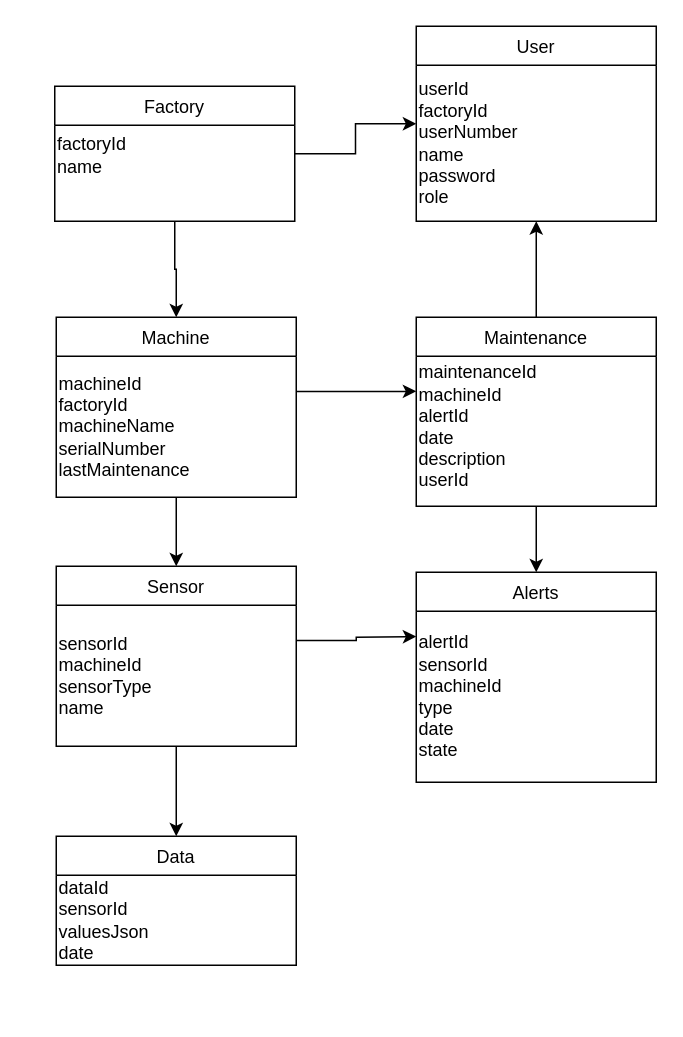
Above: bd_sidm.drawio in Fiteira/ipv-SIDM-project (draw.io), before the change. Source tidied: cells renumbered, new cells numbered last; positions are measured from the earlier drawing's top-left corner, leaving out a move shared by most shapes. Both pictures are drawn from the tidied source at 150%, with x=0, y=0 at pixel (54, 26).
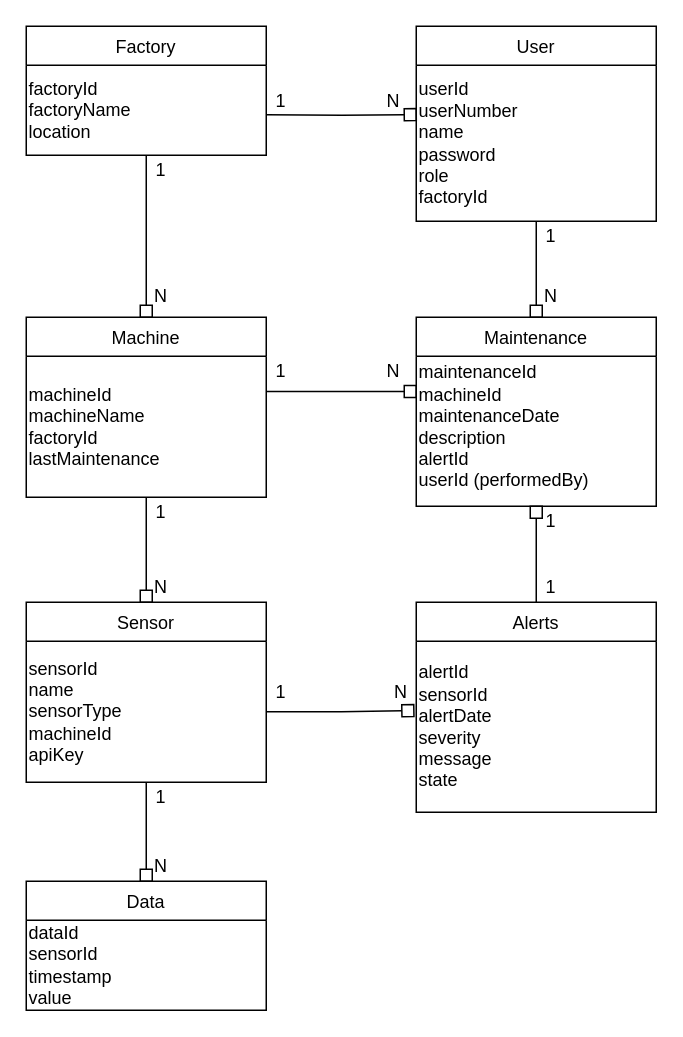
Above is the later version.

The change refers to these unchanged cells:
```xml
<mxCell id="14" value="User" style="swimlane;fontStyle=0;align=center;verticalAlign=top;horizontal=1;startSize=26;rounded=0;shadow=0;strokeWidth=1;" parent="1" vertex="1">
  <mxGeometry x="241" width="160" height="130" as="geometry" />
</mxCell>
<mxCell id="22" value="Maintenance" style="swimlane;fontStyle=0;align=center;verticalAlign=top;horizontal=1;startSize=26;rounded=0;shadow=0;strokeWidth=1;" parent="1" vertex="1">
  <mxGeometry x="241" y="194" width="160" height="126" as="geometry" />
</mxCell>
```

Change to the diagram source:
```diff
@@
-    <mxCell id="2" style="edgeStyle=orthogonalEdgeStyle;rounded=0;jettySize=auto;html=1;exitX=0.5;exitY=1;exitDx=0;exitDy=0;" parent="1" edge="1" source="4" target="7">
+    <mxCell id="2" style="edgeStyle=orthogonalEdgeStyle;rounded=0;jettySize=auto;html=1;exitX=0.5;exitY=1;exitDx=0;exitDy=0;endArrow=box;endFill=0;" parent="1" edge="1" source="4" target="7">
       <mxGeometry relative="1" as="geometry" />
     </mxCell>
-    <mxCell id="3" style="edgeStyle=orthogonalEdgeStyle;rounded=0;jettySize=auto;html=1;exitX=1;exitY=0.5;exitDx=0;exitDy=0;entryX=0;entryY=0.5;entryDx=0;entryDy=0;" parent="1" edge="1" source="4" target="14">
-      <mxGeometry relative="1" as="geometry" />
-    </mxCell>
     <mxCell id="4" value="Factory" style="swimlane;fontStyle=0;align=center;verticalAlign=top;horizontal=1;startSize=26;rounded=0;shadow=0;strokeWidth=1;" parent="1" vertex="1">
-      <mxGeometry y="40" width="160" height="90" as="geometry" />
+      <mxGeometry x="-19" width="160" height="86" as="geometry" />
     </mxCell>
-    <mxCell id="5" value="&lt;div align=&quot;left&quot;&gt;factoryId&lt;/div&gt;&lt;div&gt;name&lt;/div&gt;" style="text;html=1;align=left;verticalAlign=middle;strokeColor=none;fillColor=none;" parent="4" vertex="1">
-      <mxGeometry y="26" width="160" height="40" as="geometry" />
+    <mxCell id="5" value="&lt;div align=&quot;left&quot;&gt;factoryId&lt;/div&gt;&lt;div&gt;factoryName&lt;/div&gt;&lt;div&gt;location&lt;br&gt;&lt;/div&gt;" style="text;html=1;align=left;verticalAlign=middle;strokeColor=none;fillColor=none;" parent="4" vertex="1">
+      <mxGeometry y="26" width="160" height="60" as="geometry" />
     </mxCell>
-    <mxCell id="6" style="edgeStyle=orthogonalEdgeStyle;rounded=0;jettySize=auto;html=1;exitX=0.5;exitY=1;exitDx=0;exitDy=0;entryX=0.5;entryY=0;entryDx=0;entryDy=0;" parent="1" edge="1" source="7" target="11">
-      <mxGeometry relative="1" as="geometry" />
-    </mxCell>
     <mxCell id="7" value="Machine" style="swimlane;fontStyle=0;align=center;verticalAlign=top;horizontal=1;startSize=26;rounded=0;shadow=0;strokeWidth=1;" parent="1" vertex="1">
-      <mxGeometry x="1" y="194" width="160" height="120" as="geometry" />
+      <mxGeometry x="-19" y="194" width="160" height="120" as="geometry" />
     </mxCell>
-    <mxCell id="8" style="edgeStyle=orthogonalEdgeStyle;rounded=0;jettySize=auto;html=1;exitX=1;exitY=0.25;exitDx=0;exitDy=0;" parent="7" edge="1" source="9">
-      <mxGeometry relative="1" as="geometry">
-        <mxPoint x="240" y="49.4" as="targetPoint" />
-      </mxGeometry>
-    </mxCell>
-    <mxCell id="9" value="machineId&lt;div&gt;factoryId&lt;br&gt;machineName&lt;br&gt;serialNumber&lt;br&gt;lastMaintenance&lt;/div&gt;" style="text;html=1;align=left;verticalAlign=middle;whiteSpace=wrap;rounded=0;" parent="7" vertex="1">
+    <mxCell id="9" value="&lt;div&gt;machineId&lt;/div&gt;&lt;div&gt;machineName&lt;/div&gt;&lt;div&gt;factoryId&lt;br&gt;lastMaintenance&lt;/div&gt;" style="text;html=1;align=left;verticalAlign=middle;whiteSpace=wrap;rounded=0;" parent="7" vertex="1">
       <mxGeometry y="26" width="160" height="94" as="geometry" />
     </mxCell>
-    <mxCell id="10" style="edgeStyle=orthogonalEdgeStyle;rounded=0;jettySize=auto;html=1;exitX=0.5;exitY=1;exitDx=0;exitDy=0;entryX=0.5;entryY=0;entryDx=0;entryDy=0;" parent="1" edge="1" source="11" target="16">
+    <mxCell id="10" style="edgeStyle=orthogonalEdgeStyle;rounded=0;jettySize=auto;html=1;exitX=0.5;exitY=1;exitDx=0;exitDy=0;entryX=0.5;entryY=0;entryDx=0;entryDy=0;endArrow=box;endFill=0;" parent="1" edge="1" source="11" target="16">
       <mxGeometry relative="1" as="geometry" />
     </mxCell>
+    <mxCell id="24" style="edgeStyle=orthogonalEdgeStyle;rounded=0;jettySize=auto;html=1;exitX=0.5;exitY=0;exitDx=0;exitDy=0;entryX=0.5;entryY=1;entryDx=0;entryDy=0;endArrow=none;endFill=0;startArrow=box;startFill=0;" parent="1" edge="1" source="11" target="7">
+      <mxGeometry relative="1" as="geometry" />
+    </mxCell>
     <mxCell id="11" value="Sensor" style="swimlane;fontStyle=0;align=center;verticalAlign=top;horizontal=1;startSize=26;rounded=0;shadow=0;strokeWidth=1;" parent="1" vertex="1">
-      <mxGeometry x="1" y="360" width="160" height="120" as="geometry" />
+      <mxGeometry x="-19" y="384" width="160" height="120" as="geometry" />
     </mxCell>
-    <mxCell id="12" style="edgeStyle=orthogonalEdgeStyle;rounded=0;jettySize=auto;html=1;exitX=1;exitY=0.25;exitDx=0;exitDy=0;" parent="11" edge="1" source="13">
-      <mxGeometry relative="1" as="geometry">
-        <mxPoint x="240" y="46.9" as="targetPoint" />
-      </mxGeometry>
-    </mxCell>
-    <mxCell id="13" value="sensorId&lt;br&gt;machineId&lt;br&gt;sensorType&lt;br&gt;name" style="text;html=1;align=left;verticalAlign=middle;whiteSpace=wrap;rounded=0;" parent="11" vertex="1">
+    <mxCell id="13" value="&lt;div&gt;sensorId&lt;/div&gt;&lt;div&gt;name&lt;/div&gt;&lt;div&gt;sensorType&lt;/div&gt;machineId&lt;br&gt;apiKey" style="text;html=1;align=left;verticalAlign=middle;whiteSpace=wrap;rounded=0;" parent="11" vertex="1">
       <mxGeometry y="26" width="160" height="94" as="geometry" />
     </mxCell>
@@
-    <mxCell id="15" value="&lt;div align=&quot;left&quot;&gt;userId&lt;/div&gt;&lt;div align=&quot;left&quot;&gt;factoryId&lt;/div&gt;&lt;div align=&quot;left&quot;&gt;userNumber&lt;/div&gt;&lt;div align=&quot;left&quot;&gt;&lt;span style=&quot;background-color: initial;&quot;&gt;name&lt;/span&gt;&lt;/div&gt;&lt;div align=&quot;left&quot;&gt;password&lt;/div&gt;&lt;div align=&quot;left&quot;&gt;role&lt;/div&gt;" style="text;html=1;align=left;verticalAlign=middle;whiteSpace=wrap;rounded=0;" parent="14" vertex="1">
+    <mxCell id="15" value="&lt;div align=&quot;left&quot;&gt;userId&lt;/div&gt;&lt;div align=&quot;left&quot;&gt;userNumber&lt;/div&gt;&lt;div align=&quot;left&quot;&gt;&lt;span style=&quot;background-color: initial;&quot;&gt;name&lt;/span&gt;&lt;/div&gt;&lt;div align=&quot;left&quot;&gt;&lt;div align=&quot;left&quot;&gt;password&lt;/div&gt;&lt;div align=&quot;left&quot;&gt;role&lt;/div&gt;&lt;/div&gt;&lt;div align=&quot;left&quot;&gt;factoryId&lt;/div&gt;" style="text;html=1;align=left;verticalAlign=middle;whiteSpace=wrap;rounded=0;" parent="14" vertex="1">
       <mxGeometry y="26" width="160" height="104" as="geometry" />
     </mxCell>
     <mxCell id="16" value="Data" style="swimlane;fontStyle=0;align=center;verticalAlign=top;horizontal=1;startSize=26;rounded=0;shadow=0;strokeWidth=1;" parent="1" vertex="1">
-      <mxGeometry x="1" y="540" width="160" height="86" as="geometry" />
+      <mxGeometry x="-19" y="570" width="160" height="86" as="geometry" />
     </mxCell>
-    <mxCell id="17" value="dataId&lt;br&gt;sensorId&lt;br&gt;valuesJson&lt;br&gt;date" style="text;html=1;align=left;verticalAlign=middle;whiteSpace=wrap;rounded=0;" parent="16" vertex="1">
+    <mxCell id="17" value="dataId&lt;br&gt;&lt;div&gt;sensorId&lt;/div&gt;&lt;div&gt;timestamp&lt;/div&gt;&lt;div&gt;value&lt;/div&gt;" style="text;html=1;align=left;verticalAlign=middle;whiteSpace=wrap;rounded=0;" parent="16" vertex="1">
       <mxGeometry y="26" width="160" height="60" as="geometry" />
     </mxCell>
     <mxCell id="18" value="Alerts" style="swimlane;fontStyle=0;align=center;verticalAlign=top;horizontal=1;startSize=26;rounded=0;shadow=0;strokeWidth=1;" parent="1" vertex="1">
-      <mxGeometry x="241" y="364" width="160" height="140" as="geometry" />
+      <mxGeometry x="241" y="384" width="160" height="140" as="geometry" />
     </mxCell>
-    <mxCell id="19" value="alertId&lt;br&gt;sensorId&lt;br&gt;machineId&lt;br&gt;&lt;div&gt;type&lt;br&gt;date&lt;br&gt;state&lt;/div&gt;" style="text;html=1;align=left;verticalAlign=middle;whiteSpace=wrap;rounded=0;" parent="18" vertex="1">
+    <mxCell id="19" value="alertId&lt;br&gt;&lt;div&gt;sensorId&lt;/div&gt;&lt;div&gt;alertDate&lt;/div&gt;&lt;div&gt;severity&lt;/div&gt;&lt;div&gt;message&lt;br&gt;&lt;/div&gt;&lt;div&gt;state&lt;/div&gt;" style="text;html=1;align=left;verticalAlign=middle;whiteSpace=wrap;rounded=0;" parent="18" vertex="1">
       <mxGeometry y="26" width="160" height="114" as="geometry" />
     </mxCell>
-    <mxCell id="20" style="edgeStyle=orthogonalEdgeStyle;rounded=0;jettySize=auto;html=1;exitX=0.5;exitY=0;exitDx=0;exitDy=0;entryX=0.5;entryY=1;entryDx=0;entryDy=0;" parent="1" edge="1" source="22" target="14">
+    <mxCell id="20" style="edgeStyle=orthogonalEdgeStyle;rounded=0;jettySize=auto;html=1;exitX=0.5;exitY=0;exitDx=0;exitDy=0;entryX=0.5;entryY=1;entryDx=0;entryDy=0;endArrow=none;endFill=0;startArrow=box;startFill=0;" parent="1" edge="1" source="22" target="14">
       <mxGeometry relative="1" as="geometry" />
     </mxCell>
-    <mxCell id="21" style="edgeStyle=orthogonalEdgeStyle;rounded=0;jettySize=auto;html=1;exitX=0.5;exitY=1;exitDx=0;exitDy=0;entryX=0.5;entryY=0;entryDx=0;entryDy=0;" parent="1" edge="1" source="22" target="18">
+    <mxCell id="21" style="edgeStyle=orthogonalEdgeStyle;rounded=0;jettySize=auto;html=1;exitX=0.5;exitY=1;exitDx=0;exitDy=0;entryX=0.5;entryY=0;entryDx=0;entryDy=0;endArrow=none;endFill=0;startArrow=box;startFill=0;" parent="1" edge="1" source="22" target="18">
       <mxGeometry relative="1" as="geometry" />
     </mxCell>
@@
-    <mxCell id="23" value="&lt;div&gt;maintenanceId&lt;/div&gt;&lt;div&gt;machineId&lt;/div&gt;&lt;div&gt;alertId&lt;/div&gt;date&lt;br&gt;description&lt;br&gt;userId" style="text;html=1;align=left;verticalAlign=middle;whiteSpace=wrap;rounded=0;" parent="22" vertex="1">
+    <mxCell id="23" value="&lt;div&gt;maintenanceId&lt;/div&gt;&lt;div&gt;machineId&lt;/div&gt;&lt;div&gt;maintenanceDate&lt;/div&gt;&lt;div&gt;description&lt;/div&gt;&lt;div&gt;alertId&lt;/div&gt;userId (performedBy)" style="text;html=1;align=left;verticalAlign=middle;whiteSpace=wrap;rounded=0;" parent="22" vertex="1">
       <mxGeometry y="26" width="160" height="94" as="geometry" />
     </mxCell>
+    <mxCell id="25" value="1" style="text;html=1;align=center;verticalAlign=middle;whiteSpace=wrap;rounded=0;" parent="1" vertex="1">
+      <mxGeometry x="141" y="40" width="20" height="20" as="geometry" />
+    </mxCell>
+    <mxCell id="26" value="N" style="text;html=1;align=center;verticalAlign=middle;whiteSpace=wrap;rounded=0;" parent="1" vertex="1">
+      <mxGeometry x="216" y="40" width="20" height="20" as="geometry" />
+    </mxCell>
+    <mxCell id="27" value="1" style="text;html=1;align=center;verticalAlign=middle;whiteSpace=wrap;rounded=0;" parent="1" vertex="1">
+      <mxGeometry x="61" y="86" width="20" height="20" as="geometry" />
+    </mxCell>
+    <mxCell id="28" value="N" style="text;html=1;align=center;verticalAlign=middle;whiteSpace=wrap;rounded=0;" parent="1" vertex="1">
+      <mxGeometry x="61" y="170" width="20" height="20" as="geometry" />
+    </mxCell>
+    <mxCell id="29" value="1" style="text;html=1;align=center;verticalAlign=middle;whiteSpace=wrap;rounded=0;" parent="1" vertex="1">
+      <mxGeometry x="61" y="314" width="20" height="20" as="geometry" />
+    </mxCell>
+    <mxCell id="30" value="N" style="text;html=1;align=center;verticalAlign=middle;whiteSpace=wrap;rounded=0;" parent="1" vertex="1">
+      <mxGeometry x="61" y="364" width="20" height="20" as="geometry" />
+    </mxCell>
+    <mxCell id="31" value="1" style="text;html=1;align=center;verticalAlign=middle;whiteSpace=wrap;rounded=0;" parent="1" vertex="1">
+      <mxGeometry x="61" y="504" width="20" height="20" as="geometry" />
+    </mxCell>
+    <mxCell id="32" value="N" style="text;html=1;align=center;verticalAlign=middle;whiteSpace=wrap;rounded=0;" parent="1" vertex="1">
+      <mxGeometry x="61" y="550" width="20" height="20" as="geometry" />
+    </mxCell>
+    <mxCell id="33" value="1" style="text;html=1;align=center;verticalAlign=middle;whiteSpace=wrap;rounded=0;" parent="1" vertex="1">
+      <mxGeometry x="321" y="130" width="20" height="20" as="geometry" />
+    </mxCell>
+    <mxCell id="34" value="N" style="text;html=1;align=center;verticalAlign=middle;whiteSpace=wrap;rounded=0;" parent="1" vertex="1">
+      <mxGeometry x="321" y="170" width="20" height="20" as="geometry" />
+    </mxCell>
+    <mxCell id="35" style="edgeStyle=orthogonalEdgeStyle;rounded=0;jettySize=auto;html=1;exitX=1;exitY=0.25;exitDx=0;exitDy=0;entryX=0;entryY=0.25;entryDx=0;entryDy=0;endArrow=box;endFill=0;" parent="1" edge="1" source="9" target="23">
+      <mxGeometry relative="1" as="geometry" />
+    </mxCell>
+    <mxCell id="36" value="1" style="text;html=1;align=center;verticalAlign=middle;whiteSpace=wrap;rounded=0;" parent="1" vertex="1">
+      <mxGeometry x="141" y="220" width="20" height="20" as="geometry" />
+    </mxCell>
+    <mxCell id="37" value="N" style="text;html=1;align=center;verticalAlign=middle;whiteSpace=wrap;rounded=0;" parent="1" vertex="1">
+      <mxGeometry x="216" y="220" width="20" height="20" as="geometry" />
+    </mxCell>
+    <mxCell id="38" value="1" style="text;html=1;align=center;verticalAlign=middle;whiteSpace=wrap;rounded=0;" parent="1" vertex="1">
+      <mxGeometry x="321" y="320" width="20" height="20" as="geometry" />
+    </mxCell>
+    <mxCell id="39" value="1" style="text;html=1;align=center;verticalAlign=middle;whiteSpace=wrap;rounded=0;" parent="1" vertex="1">
+      <mxGeometry x="321" y="364" width="20" height="20" as="geometry" />
+    </mxCell>
+    <mxCell id="40" style="edgeStyle=orthogonalEdgeStyle;rounded=0;jettySize=auto;html=1;exitX=1;exitY=0.5;exitDx=0;exitDy=0;entryX=-0.01;entryY=0.405;entryDx=0;entryDy=0;entryPerimeter=0;endArrow=box;endFill=0;" parent="1" edge="1" source="13" target="19">
+      <mxGeometry relative="1" as="geometry" />
+    </mxCell>
+    <mxCell id="41" value="1" style="text;html=1;align=center;verticalAlign=middle;whiteSpace=wrap;rounded=0;" parent="1" vertex="1">
+      <mxGeometry x="141" y="434" width="20" height="20" as="geometry" />
+    </mxCell>
+    <mxCell id="42" value="N" style="text;html=1;align=center;verticalAlign=middle;whiteSpace=wrap;rounded=0;" parent="1" vertex="1">
+      <mxGeometry x="221" y="434" width="20" height="20" as="geometry" />
+    </mxCell>
+    <mxCell id="43" style="edgeStyle=orthogonalEdgeStyle;rounded=0;orthogonalLoop=1;jettySize=auto;html=1;exitX=0;exitY=0.5;exitDx=0;exitDy=0;endArrow=none;endFill=0;startArrow=box;startFill=0;" parent="1" edge="1">
+      <mxGeometry relative="1" as="geometry">
+        <mxPoint x="241" y="58.9" as="sourcePoint" />
+        <mxPoint x="141" y="59" as="targetPoint" />
+      </mxGeometry>
+    </mxCell>
```
